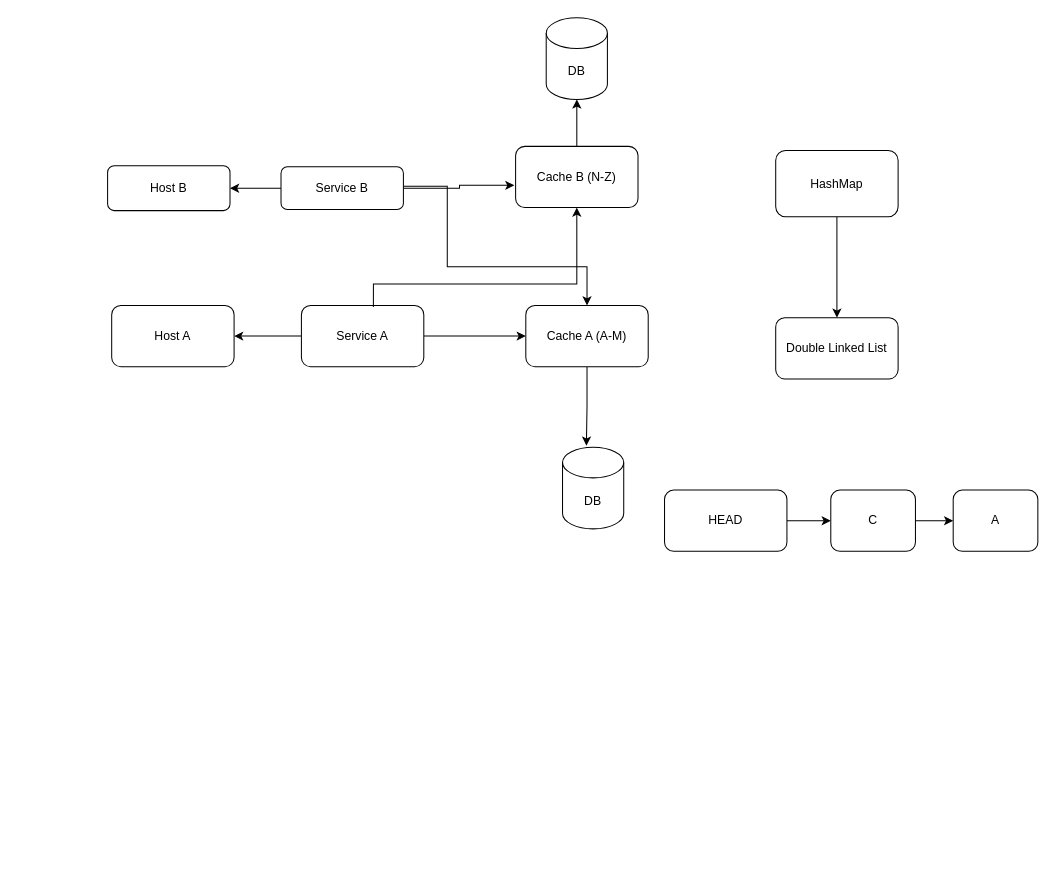
abbhagat/IntelliJ keeps this draw.io diagram as page "LRU Cache" (5 of 8) of System-Design/SystemDesign.drawio. Above is the earlier version. Source tidied: cells renumbered, new cells numbered last; positions are measured from the earlier drawing's top-left corner, leaving out a move shared by most shapes. Both pictures are drawn from the tidied source at 102%, with x=0, y=0 at pixel (107, 17).
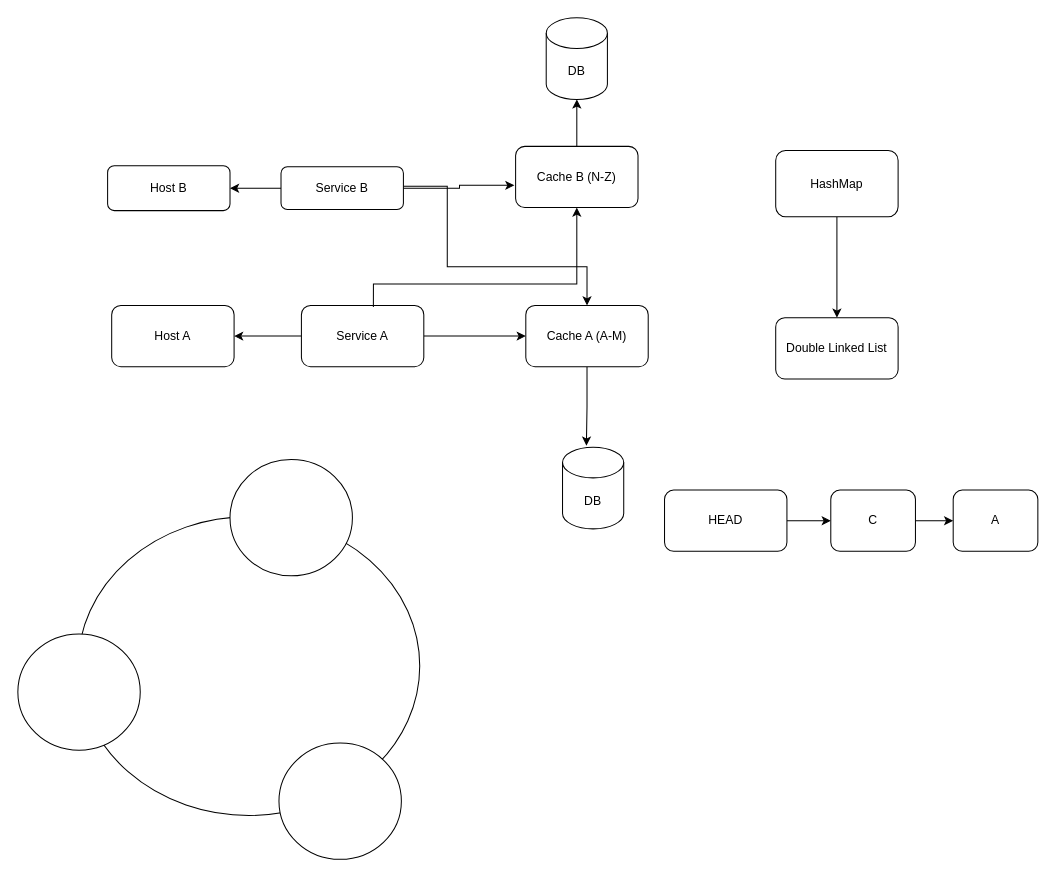
The same page after the edit.

Diff of the diagram source:
```diff
@@
+    <mxCell id="26" style="ellipse;whiteSpace=wrap;html=1;" parent="1" vertex="1">
+      <mxGeometry x="-29" y="489" width="335" height="293" as="geometry" />
+    </mxCell>
+    <mxCell id="27" style="ellipse;whiteSpace=wrap;html=1;" parent="1" vertex="1">
+      <mxGeometry x="-88" y="604" width="120" height="114" as="geometry" />
+    </mxCell>
+    <mxCell id="28" style="ellipse;whiteSpace=wrap;html=1;" parent="1" vertex="1">
+      <mxGeometry x="120" y="433" width="120" height="114" as="geometry" />
+    </mxCell>
+    <mxCell id="29" style="ellipse;whiteSpace=wrap;html=1;" parent="1" vertex="1">
+      <mxGeometry x="168" y="711" width="120" height="114" as="geometry" />
+    </mxCell>
```
